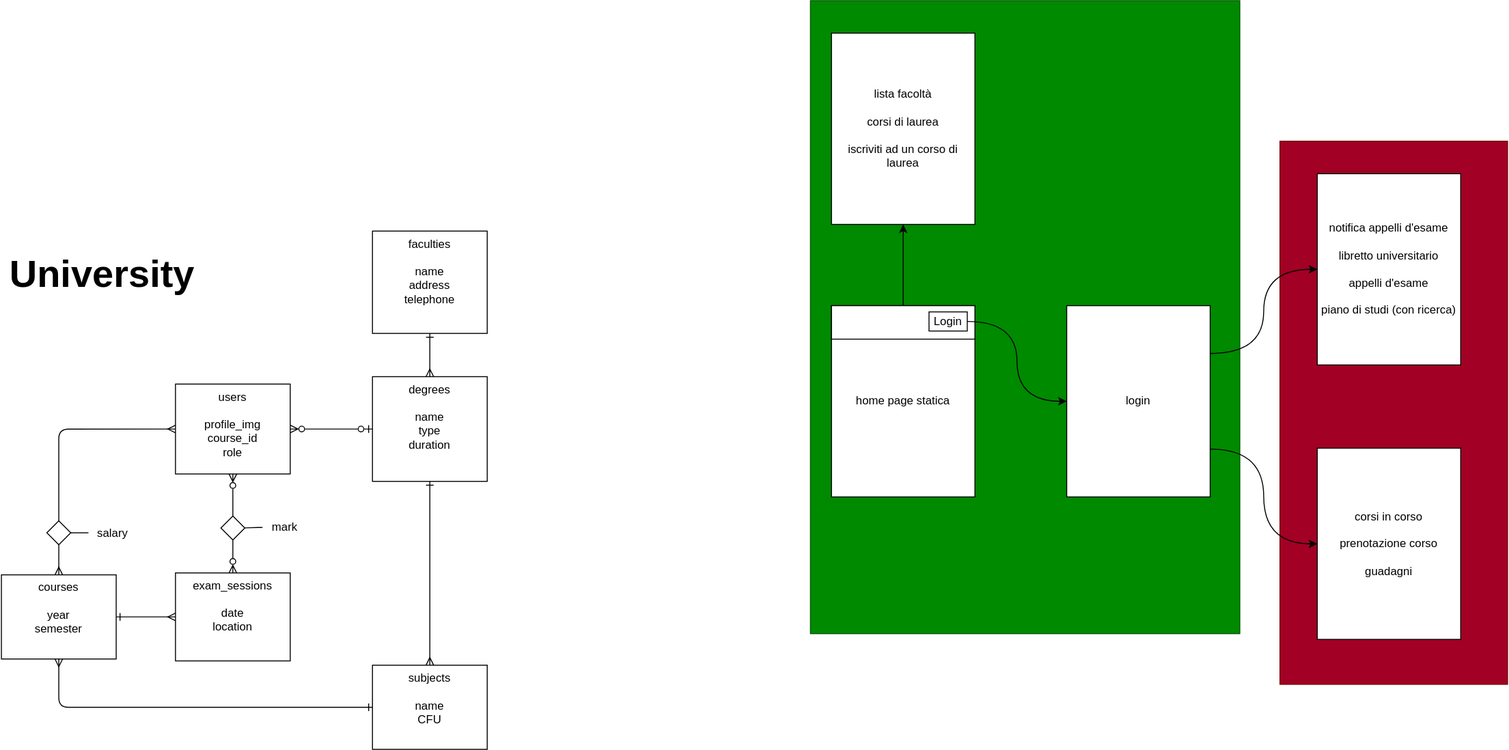
Before: S7L1-laravel-api/university.drawio.svg, a diagram exported from draw.io (henri-kapidani/IFOA0124). Source tidied: cells renumbered, new cells last; positions are measured from the earlier drawing's top-left corner, leaving out a move shared by most shapes.
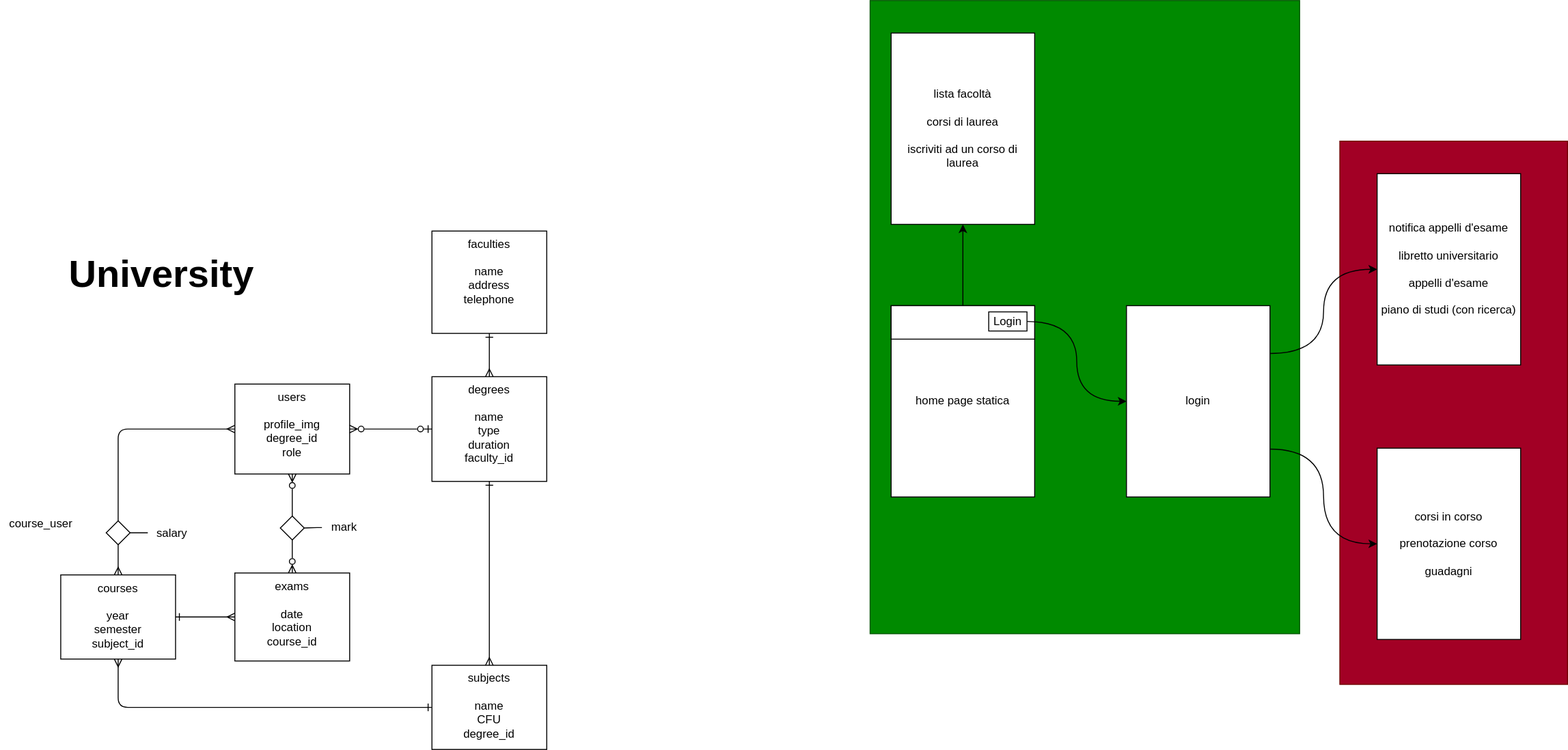
The same diagram one commit later.

The edit, as a diff of the source:
```diff
@@ -8,10 +8,10 @@
     <mxCell id="3" style="whiteSpace=wrap;html=1;fontSize=12;fillColor=#008a00;fontColor=#ffffff;strokeColor=#005700;" parent="1" vertex="1">
       <mxGeometry x="847" width="449" height="662" as="geometry" />
     </mxCell>
-    <mxCell id="4" value="users&lt;br&gt;&lt;br&gt;profile_img&lt;br&gt;course_id&lt;br&gt;role" style="whiteSpace=wrap;html=1;verticalAlign=top;" parent="1" vertex="1">
+    <mxCell id="4" value="users&lt;br&gt;&lt;br&gt;profile_img&lt;br&gt;degree_id&lt;br&gt;role" style="whiteSpace=wrap;html=1;verticalAlign=top;" parent="1" vertex="1">
       <mxGeometry x="183" y="401" width="120" height="94" as="geometry" />
     </mxCell>
-    <mxCell id="5" value="exam_sessions&lt;br&gt;&lt;br&gt;date&lt;br&gt;location" style="whiteSpace=wrap;html=1;verticalAlign=top;" parent="1" vertex="1">
+    <mxCell id="5" value="exams&lt;br&gt;&lt;br&gt;date&lt;br&gt;location&lt;br&gt;course_id" style="whiteSpace=wrap;html=1;verticalAlign=top;" parent="1" vertex="1">
       <mxGeometry x="183" y="598.5" width="120" height="92" as="geometry" />
     </mxCell>
     <mxCell id="6" style="edgeStyle=orthogonalEdgeStyle;html=1;endArrow=ERzeroToOne;endFill=0;entryX=0;entryY=0.5;entryDx=0;entryDy=0;startArrow=ERzeroToMany;startFill=0;" parent="1" edge="1" source="4" target="24">
@@ -26,7 +26,7 @@
     <mxCell id="9" style="edgeStyle=orthogonalEdgeStyle;html=1;startArrow=ERone;startFill=0;endArrow=ERmany;endFill=0;" parent="1" edge="1" source="10" target="13">
       <mxGeometry relative="1" as="geometry" />
     </mxCell>
-    <mxCell id="10" value="subjects&lt;br&gt;&lt;br&gt;name&lt;br&gt;CFU" style="whiteSpace=wrap;html=1;verticalAlign=top;" parent="1" vertex="1">
+    <mxCell id="10" value="subjects&lt;br&gt;&lt;br&gt;name&lt;br&gt;CFU&lt;br&gt;degree_id" style="whiteSpace=wrap;html=1;verticalAlign=top;" parent="1" vertex="1">
       <mxGeometry x="389" y="695" width="120" height="88" as="geometry" />
     </mxCell>
     <mxCell id="11" value="faculties&lt;br&gt;&lt;br&gt;name&lt;br&gt;address&lt;br&gt;telephone" style="whiteSpace=wrap;html=1;verticalAlign=top;" parent="1" vertex="1">
@@ -35,7 +35,7 @@
     <mxCell id="12" style="edgeStyle=none;html=1;endArrow=ERmany;endFill=0;verticalAlign=top;startArrow=ERone;startFill=0;" parent="1" edge="1" source="13" target="5">
       <mxGeometry relative="1" as="geometry" />
     </mxCell>
-    <mxCell id="13" value="courses&lt;br&gt;&lt;br&gt;year&lt;br&gt;semester" style="whiteSpace=wrap;html=1;verticalAlign=top;" parent="1" vertex="1">
+    <mxCell id="13" value="courses&lt;br&gt;&lt;br&gt;year&lt;br&gt;semester&lt;br&gt;subject_id" style="whiteSpace=wrap;html=1;verticalAlign=top;" parent="1" vertex="1">
       <mxGeometry x="1" y="600.5" width="120" height="88" as="geometry" />
     </mxCell>
     <mxCell id="14" style="edgeStyle=orthogonalEdgeStyle;html=1;endArrow=ERmany;endFill=0;startArrow=ERone;startFill=0;exitX=0.5;exitY=1;exitDx=0;exitDy=0;" parent="1" edge="1" source="24" target="10">
@@ -68,7 +68,7 @@
     <mxCell id="23" style="edgeStyle=orthogonalEdgeStyle;html=1;endArrow=ERmany;endFill=0;startArrow=ERone;startFill=0;exitX=0.5;exitY=1;exitDx=0;exitDy=0;" parent="1" edge="1" source="11" target="24">
       <mxGeometry relative="1" as="geometry" />
     </mxCell>
-    <mxCell id="24" value="degrees&lt;br&gt;&lt;br&gt;name&lt;br&gt;type&lt;br&gt;duration" style="whiteSpace=wrap;html=1;verticalAlign=top;" parent="1" vertex="1">
+    <mxCell id="24" value="degrees&lt;br&gt;&lt;br&gt;name&lt;br&gt;type&lt;br&gt;duration&lt;br&gt;faculty_id" style="whiteSpace=wrap;html=1;verticalAlign=top;" parent="1" vertex="1">
       <mxGeometry x="389" y="393.2" width="120" height="109.5" as="geometry" />
     </mxCell>
     <mxCell id="25" value="University" style="text;html=1;align=center;verticalAlign=middle;strokeColor=none;fillColor=none;fontStyle=1;fontSize=40;" parent="1" vertex="1">
@@ -107,5 +107,8 @@
     <mxCell id="36" value="lista facoltà&lt;br&gt;&lt;br&gt;corsi di laurea&lt;br&gt;&lt;br&gt;iscriviti ad un corso di laurea&amp;nbsp;" style="whiteSpace=wrap;html=1;fontSize=12;" parent="1" vertex="1">
       <mxGeometry x="869" y="34" width="150" height="200" as="geometry" />
     </mxCell>
+    <mxCell id="37" value="course_user" style="text;html=1;align=center;verticalAlign=middle;strokeColor=none;fillColor=none;fontSize=12;" parent="1" vertex="1">
+      <mxGeometry x="-62" y="534" width="84" height="26" as="geometry" />
+    </mxCell>
   </root>
 </mxGraphModel>
```
